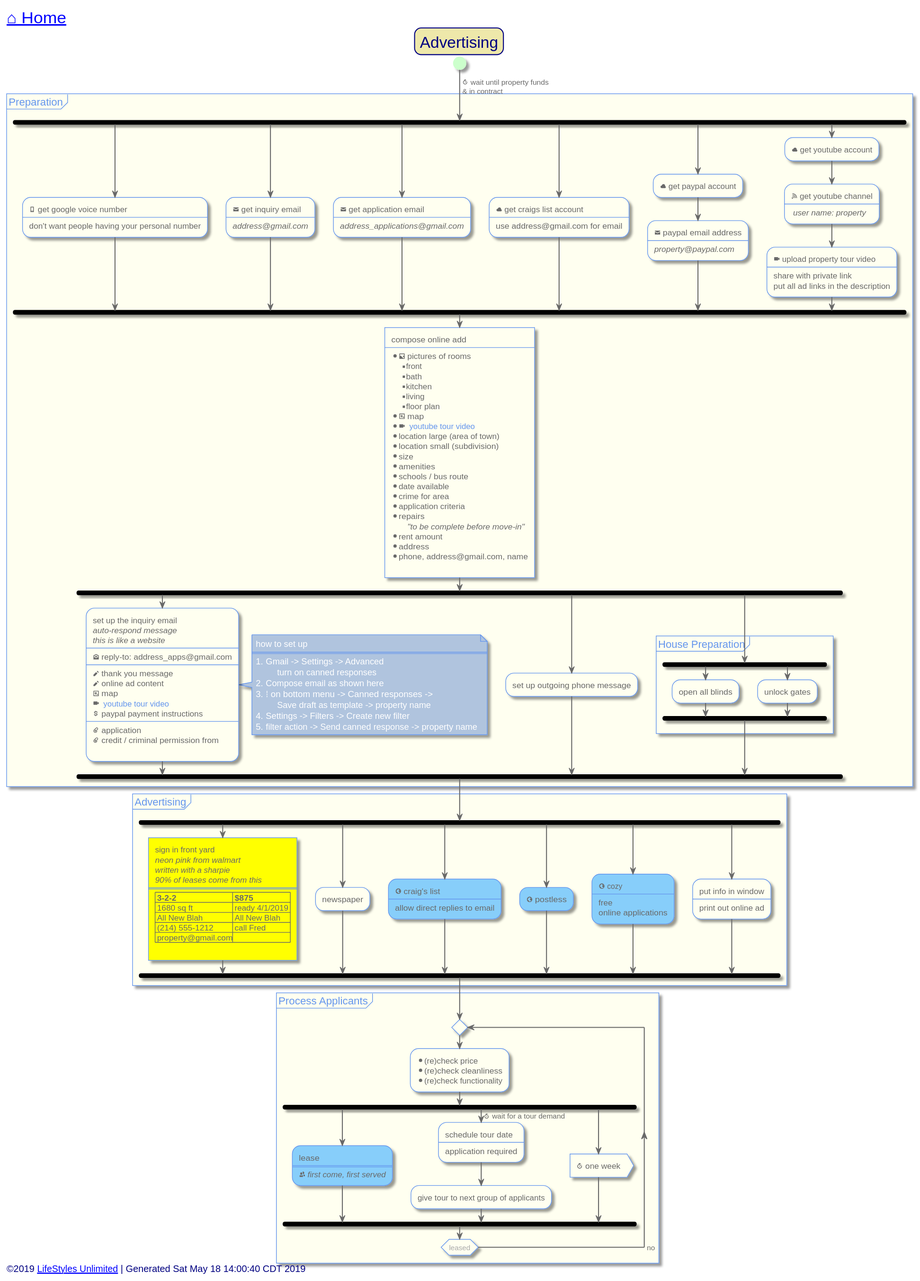
The PlantUML diagram out/src/single-family/advertising.svg in toddmo/lifestylesunlimited, before a commit. The source it was exported from:
```plantuml
@startuml advertising


skinparam {
  BorderColor Red
  PathHoverColor Blue
}

skinparam Title {
  FontColor Navy
  BackgroundColor PaleGoldenRod
  BorderColor Navy
  BorderRoundCorner 20
  FontSize 24
}

skinparam activity {
  BackgroundColor Ivory
  BorderColor CornflowerBlue
  BorderThickness 1
  FontColor DimGray


  Arrow {
    Color dimgray
    FontColor dimgray
  }

  Start {
    Color PHYSICAL
  }

  End {
    Color Coral
  }

  Diamond {
    BackgroundColor Ivory
    BorderColor CornflowerBlue
    FontColor DarkGray
  }

  BackgroundColor<< Exception >> Red
	BorderColor<< Exception >> White
}

skinparam Swimlane {
  BorderColor CornflowerBlue
}

skinparam Partition {
  BackgroundColor Ivory
  BorderColor CornflowerBlue
  BorderThickness 1
  FontColor CornflowerBlue
  FontSize 16
  BorderRoundCorner 20
}

skinparam Note {
  BackgroundColor LightSteelBlue
  BorderColor CornflowerBlue
  FontColor White
}

skinparam Legend {
  BackgroundColor LightSteelBlue
  BorderColor CornflowerBlue
  FontColor White
}

skinparam Footer {
  FontColor Navy
}


left header
	<font color=Navy size=24>[[../index.svg?sanitize=true ⌂ Home]]</font>
endheader


	Title Advertising

	start

	-><&timer> wait until property funds\n& in contract;

	partition Preparation {
		fork
			:<&phone> get google voice number
			----
			don't want people having your personal number;
		fork again
			:<&envelope-closed> get inquiry email
			----
			<i>address@gmail.com;
		fork again
			:<&envelope-closed> get application email
			----
			<i>address_applications@gmail.com;
		fork again
			:<&cloud> get craigs list account
			----
			use address@gmail.com for email;

		fork again
			:<&cloud> get paypal account;
			:<&envelope-closed> paypal email address
			----
			<i>property@paypal.com;
		fork again
			:<&cloud> get youtube account;
			:<&rss> get youtube channel
			----
			<&user> <i>user name: property;
			:<&video> upload property tour video
			----
			share with private link
			put all ad links in the description;
		end fork

		:compose online add
		----
		* <&image> pictures of rooms
		** front
		** bath
		** kitchen
		** living
		** floor plan
		* <&map> map
		* <&video> <color:cornflowerblue> youtube tour video
		* location large (area of town)
		* location small (subdivision)
		* size
		* amenities
		* schools / bus route
		* date available
		* crime for area
		* application criteria
		* repairs
			<i>"to be complete before move-in"
		* rent amount
		* address
		* phone, address@gmail.com, name
		]

		fork
			:set up the inquiry email
			<i>auto-respond message
			<i>this is like a website
			----
			<&envelope-open> reply-to: address_apps@gmail.com
			----
			<&pencil> thank you message
			<&pencil> online ad content
			<&map> map
			<&video> <color:cornflowerblue> youtube tour video
			<&dollar> paypal payment instructions
			----
			<&paperclip> application
			<&paperclip> credit / criminal permission from
			;
			note right
				how to set up
				====
				# Gmail -> Settings -> Advanced
					turn on canned responses
				# Compose email as shown here
				# ⁞ on bottom menu -> Canned responses ->
					Save draft as template -> property name
				# Settings -> Filters -> Create new filter
				# filter action -> Send canned response -> property name
			end note
		fork again
			:set up outgoing phone message;
		fork again
			partition "House Preparation" {
				fork
					:open all blinds;
				fork again
					:unlock gates;
				end fork
			}
		end fork
	}

	partition Advertising {
		fork
			#BUSINESS:sign in front yard
			<i>neon pink from walmart
			<i>written with a sharpie
			<i>90% of leases come from this
			====
			| 3-2-2 | $875 |
			| 1680 sq ft | ready 4/1/2019 |
			| All New Blah | All New Blah |
			| (214) 555-1212 | call Fred |
			| property@gmail.com||
			]
		fork again
			:newspaper;
		fork again
			[[https://dallas.craigslist.org]]#LightSkyBlue:<&globe> craig's list\n----\nallow direct replies to email;
		fork again
			[[https://postless.com]]#LightSkyBlue:<&globe> postless;
		fork again
			[[https://cozy.co]]#LightSkyBlue:<&globe> cozy\n----\nfree\nonline applications;
		fork again
			:put info in window
			----
			print out online ad;

		end fork
	}

	partition "Process Applicants" {
		repeat
			:* (re)check price
			* (re)check cleanliness
			* (re)check functionality;
			fork
				[[leasing.svg?sanitize=true]]#LightSkyBlue:lease\n====\n<&people> <i>first come, first served;
			fork again
				-><&timer> wait for a tour demand;
				:schedule tour date
				----
				application required;
				:give tour to next group of applicants;
			fork again
				:<&timer> one week>
			end fork
		repeat while (leased)->no
	}




left footer
	<font size=14>©2019 [[http://www.lifestylesunlimited.com LifeStyles Unlimited]] | Generated Sat May 18 14:00:40 CDT 2019</font>
endfooter


@enduml
```
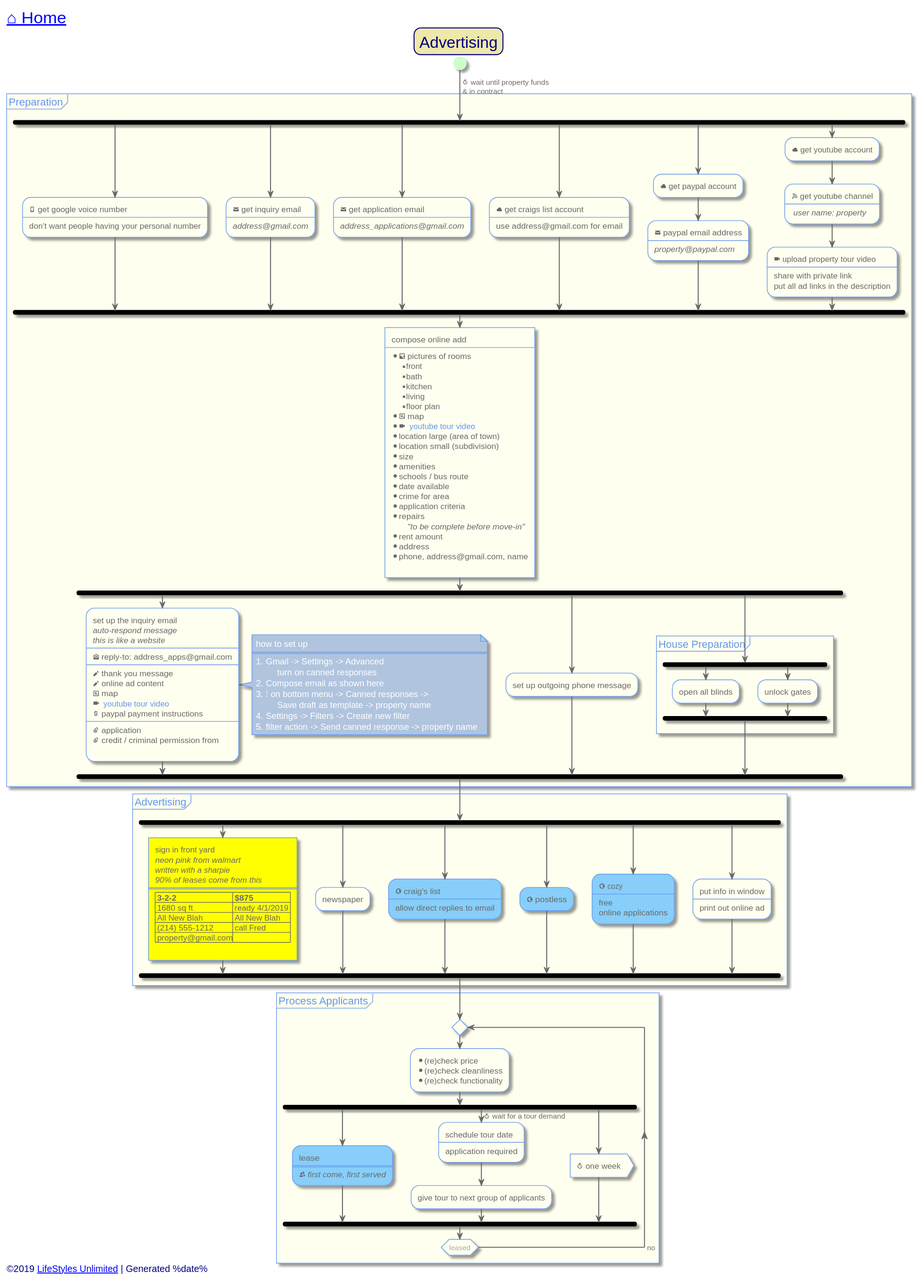
After the commit.

Change to the diagram source:
```diff
@@ -236,7 +236,7 @@
 
 
 left footer
-	<font size=14>©2019 [[http://www.lifestylesunlimited.com LifeStyles Unlimited]] | Generated Sat May 18 14:00:40 CDT 2019</font>
+	<font size=14>©2019 [[http://www.lifestylesunlimited.com LifeStyles Unlimited]] | Generated %date%</font>
 endfooter
 
 
```
